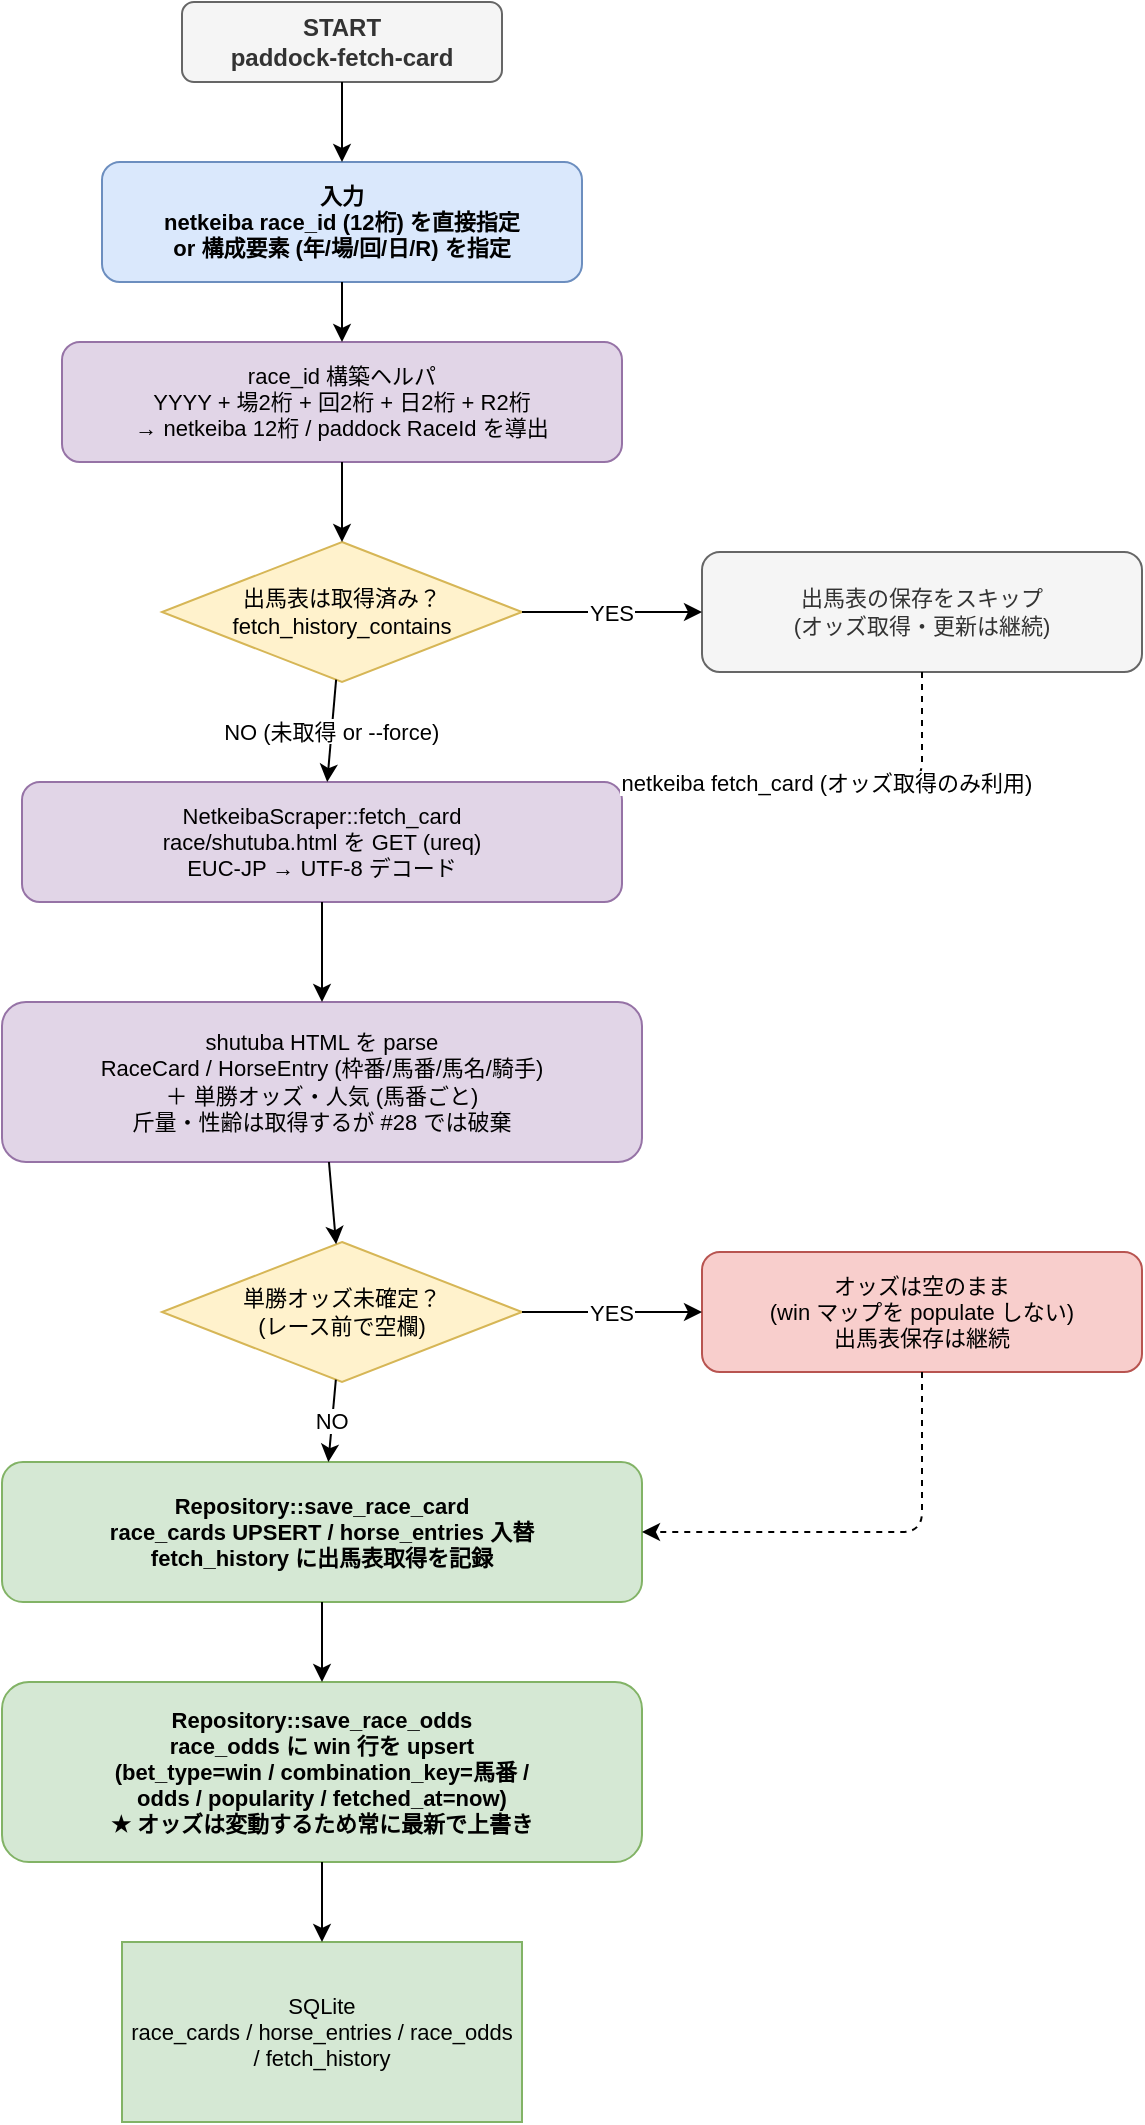
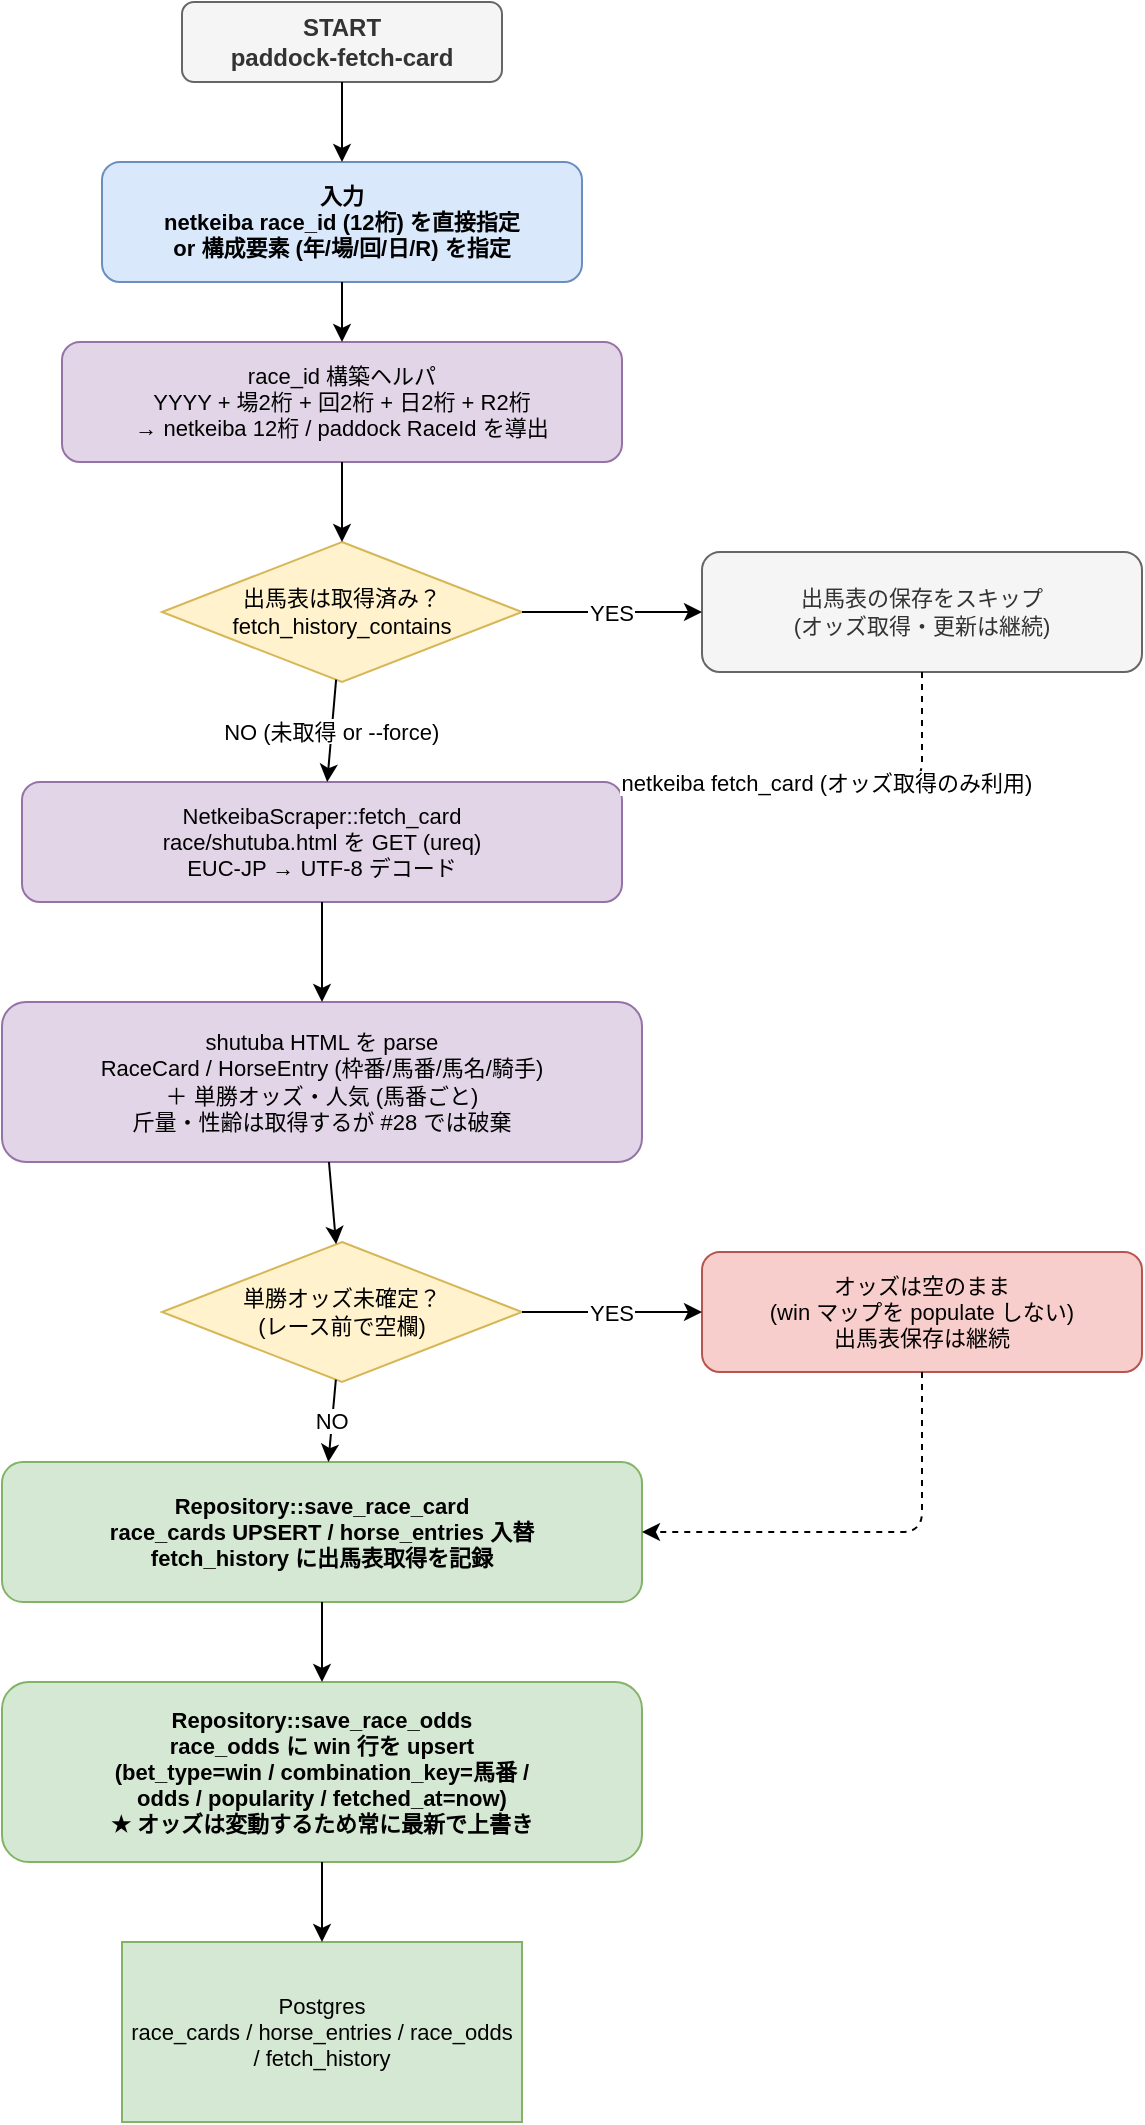
<mxfile host="app.diagrams.net" modified="2026-06-08T00:00:00.000Z" agent="Claude" version="21.0.0">
  <diagram name="netkeiba当日データソース取り込みフロー" id="netkeiba-datasource-dataflow">
    <mxGraphModel dx="1422" dy="762" grid="1" gridSize="10" guides="1" tooltips="1" connect="1" arrows="1" fold="1" page="1" pageScale="1" pageWidth="1169" pageHeight="1300" math="0" shadow="0">
      <root>
        <mxCell id="0" />
        <mxCell id="1" parent="0" />

        <!-- START -->
        <mxCell id="2" value="START&#xa;paddock-fetch-card" style="rounded=1;whiteSpace=wrap;html=1;fillColor=#f5f5f5;strokeColor=#666666;fontColor=#333333;fontStyle=1;fontSize=12;" vertex="1" parent="1">
          <mxGeometry x="500" y="40" width="160" height="40" as="geometry" />
        </mxCell>

        <!-- 入力 -->
        <mxCell id="3" value="入力&#xa;netkeiba race_id (12桁) を直接指定&#xa;or 構成要素 (年/場/回/日/R) を指定" style="rounded=1;whiteSpace=wrap;html=1;fillColor=#dae8fc;strokeColor=#6c8ebf;fontStyle=1;fontSize=11;" vertex="1" parent="1">
          <mxGeometry x="460" y="120" width="240" height="60" as="geometry" />
        </mxCell>
        <mxCell id="4" edge="1" source="2" target="3" parent="1"><mxGeometry relative="1" as="geometry" /></mxCell>

        <!-- race_id 構築 -->
        <mxCell id="5" value="race_id 構築ヘルパ&#xa;YYYY + 場2桁 + 回2桁 + 日2桁 + R2桁&#xa;→ netkeiba 12桁 / paddock RaceId を導出" style="rounded=1;whiteSpace=wrap;html=1;fillColor=#e1d5e7;strokeColor=#9673a6;fontSize=11;" vertex="1" parent="1">
          <mxGeometry x="440" y="210" width="280" height="60" as="geometry" />
        </mxCell>
        <mxCell id="6" edge="1" source="3" target="5" parent="1"><mxGeometry relative="1" as="geometry" /></mxCell>

        <!-- 出馬表 取得済み? -->
        <mxCell id="7" value="出馬表は取得済み？&#xa;fetch_history_contains" style="rhombus;whiteSpace=wrap;html=1;fillColor=#fff2cc;strokeColor=#d6b656;fontSize=11;" vertex="1" parent="1">
          <mxGeometry x="490" y="310" width="180" height="70" as="geometry" />
        </mxCell>
        <mxCell id="8" edge="1" source="5" target="7" parent="1"><mxGeometry relative="1" as="geometry" /></mxCell>

        <!-- netkeiba fetch (shutuba) -->
        <mxCell id="9" value="NetkeibaScraper::fetch_card&#xa;race/shutuba.html を GET (ureq)&#xa;EUC-JP → UTF-8 デコード" style="rounded=1;whiteSpace=wrap;html=1;fillColor=#e1d5e7;strokeColor=#9673a6;fontSize=11;" vertex="1" parent="1">
          <mxGeometry x="420" y="430" width="300" height="60" as="geometry" />
        </mxCell>
        <mxCell id="10" value="NO (未取得 or --force)" edge="1" source="7" target="9" parent="1"><mxGeometry relative="1" as="geometry" /></mxCell>

        <!-- skip 出馬表 -->
        <mxCell id="11" value="出馬表の保存をスキップ&#xa;(オッズ取得・更新は継続)" style="rounded=1;whiteSpace=wrap;html=1;fillColor=#f5f5f5;strokeColor=#666666;fontColor=#333333;fontSize=11;" vertex="1" parent="1">
          <mxGeometry x="760" y="315" width="220" height="60" as="geometry" />
        </mxCell>
        <mxCell id="12" value="YES" edge="1" source="7" target="11" parent="1"><mxGeometry relative="1" as="geometry" /></mxCell>

        <!-- parse -->
        <mxCell id="13" value="shutuba HTML を parse&#xa;RaceCard / HorseEntry (枠番/馬番/馬名/騎手)&#xa;＋ 単勝オッズ・人気 (馬番ごと)&#xa;斤量・性齢は取得するが #28 では破棄" style="rounded=1;whiteSpace=wrap;html=1;fillColor=#e1d5e7;strokeColor=#9673a6;fontSize=11;" vertex="1" parent="1">
          <mxGeometry x="410" y="540" width="320" height="80" as="geometry" />
        </mxCell>
        <mxCell id="14" edge="1" source="9" target="13" parent="1"><mxGeometry relative="1" as="geometry" /></mxCell>

        <!-- オッズ欠損? -->
        <mxCell id="15" value="単勝オッズ未確定？&#xa;(レース前で空欄)" style="rhombus;whiteSpace=wrap;html=1;fillColor=#fff2cc;strokeColor=#d6b656;fontSize=11;" vertex="1" parent="1">
          <mxGeometry x="490" y="660" width="180" height="70" as="geometry" />
        </mxCell>
        <mxCell id="16" edge="1" source="13" target="15" parent="1"><mxGeometry relative="1" as="geometry" /></mxCell>

        <!-- 欠損ハンドリング -->
        <mxCell id="17" value="オッズは空のまま&#xa;(win マップを populate しない)&#xa;出馬表保存は継続" style="rounded=1;whiteSpace=wrap;html=1;fillColor=#f8cecc;strokeColor=#b85450;fontSize=11;" vertex="1" parent="1">
          <mxGeometry x="760" y="665" width="220" height="60" as="geometry" />
        </mxCell>
        <mxCell id="18" value="YES" edge="1" source="15" target="17" parent="1"><mxGeometry relative="1" as="geometry" /></mxCell>

        <!-- 永続化: race_card -->
        <mxCell id="19" value="Repository::save_race_card&#xa;race_cards UPSERT / horse_entries 入替&#xa;fetch_history に出馬表取得を記録" style="rounded=1;whiteSpace=wrap;html=1;fillColor=#d5e8d4;strokeColor=#82b366;fontStyle=1;fontSize=11;" vertex="1" parent="1">
          <mxGeometry x="410" y="770" width="320" height="70" as="geometry" />
        </mxCell>
        <mxCell id="20" value="NO" edge="1" source="15" target="19" parent="1"><mxGeometry relative="1" as="geometry" /></mxCell>

        <!-- 永続化: race_odds -->
        <mxCell id="21" value="Repository::save_race_odds&#xa;race_odds に win 行を upsert&#xa;(bet_type=win / combination_key=馬番 /&#xa; odds / popularity / fetched_at=now)&#xa;★ オッズは変動するため常に最新で上書き" style="rounded=1;whiteSpace=wrap;html=1;fillColor=#d5e8d4;strokeColor=#82b366;fontStyle=1;fontSize=11;" vertex="1" parent="1">
          <mxGeometry x="410" y="880" width="320" height="90" as="geometry" />
        </mxCell>
        <mxCell id="22" edge="1" source="19" target="21" parent="1"><mxGeometry relative="1" as="geometry" /></mxCell>

-         <!-- SQLite -->
-         <mxCell id="23" value="SQLite&#xa;race_cards / horse_entries / race_odds&#xa;/ fetch_history" style="cylinder3;whiteSpace=wrap;html=1;boundedLbl=1;backgroundOutline=1;size=15;fillColor=#d5e8d4;strokeColor=#82b366;fontSize=11;" vertex="1" parent="1">
+         <!-- Postgres -->
+         <mxCell id="23" value="Postgres&#xa;race_cards / horse_entries / race_odds&#xa;/ fetch_history" style="cylinder3;whiteSpace=wrap;html=1;boundedLbl=1;backgroundOutline=1;size=15;fillColor=#d5e8d4;strokeColor=#82b366;fontSize=11;" vertex="1" parent="1">
          <mxGeometry x="470" y="1010" width="200" height="90" as="geometry" />
        </mxCell>
        <mxCell id="24" edge="1" source="21" target="23" parent="1"><mxGeometry relative="1" as="geometry" /></mxCell>

        <!-- skip 出馬表 → オッズ取得へ合流 -->
        <mxCell id="25" value="netkeiba fetch_card (オッズ取得のみ利用)" style="edgeStyle=orthogonalEdgeStyle;dashed=1;" edge="1" source="11" target="9" parent="1">
          <mxGeometry relative="1" as="geometry">
            <Array as="points">
              <mxPoint x="870" y="430" />
            </Array>
          </mxGeometry>
        </mxCell>

        <!-- 欠損 → race_card 保存へ合流 -->
        <mxCell id="26" style="edgeStyle=orthogonalEdgeStyle;dashed=1;" edge="1" source="17" target="19" parent="1">
          <mxGeometry relative="1" as="geometry">
            <Array as="points">
              <mxPoint x="870" y="805" />
            </Array>
          </mxGeometry>
        </mxCell>
      </root>
    </mxGraphModel>
  </diagram>
</mxfile>
